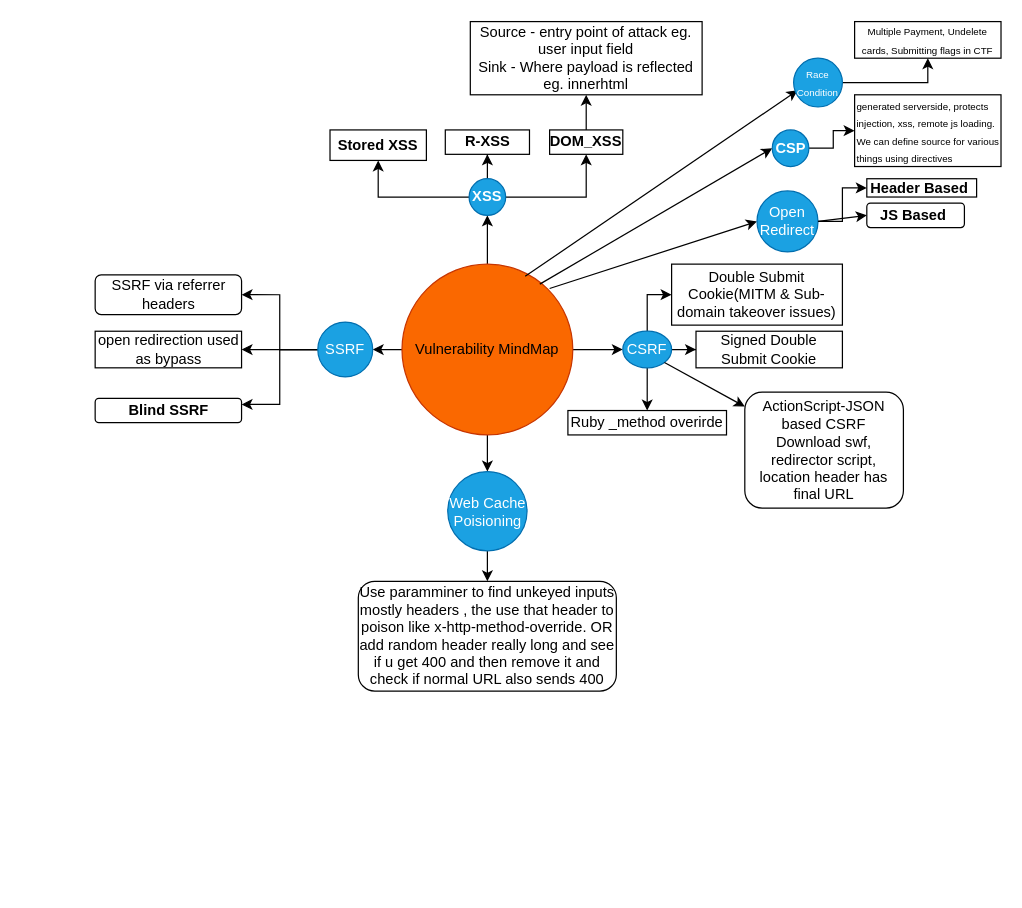
Earlier version of the draw.io diagram vulns.drawio (mkpmanish/bounty). Source tidied: cells renumbered, new cells numbered last; positions are measured from the earlier drawing's top-left corner, leaving out a move shared by most shapes. Both pictures are drawn from the tidied source at 122%, with x=0, y=0 at pixel (95, 21).
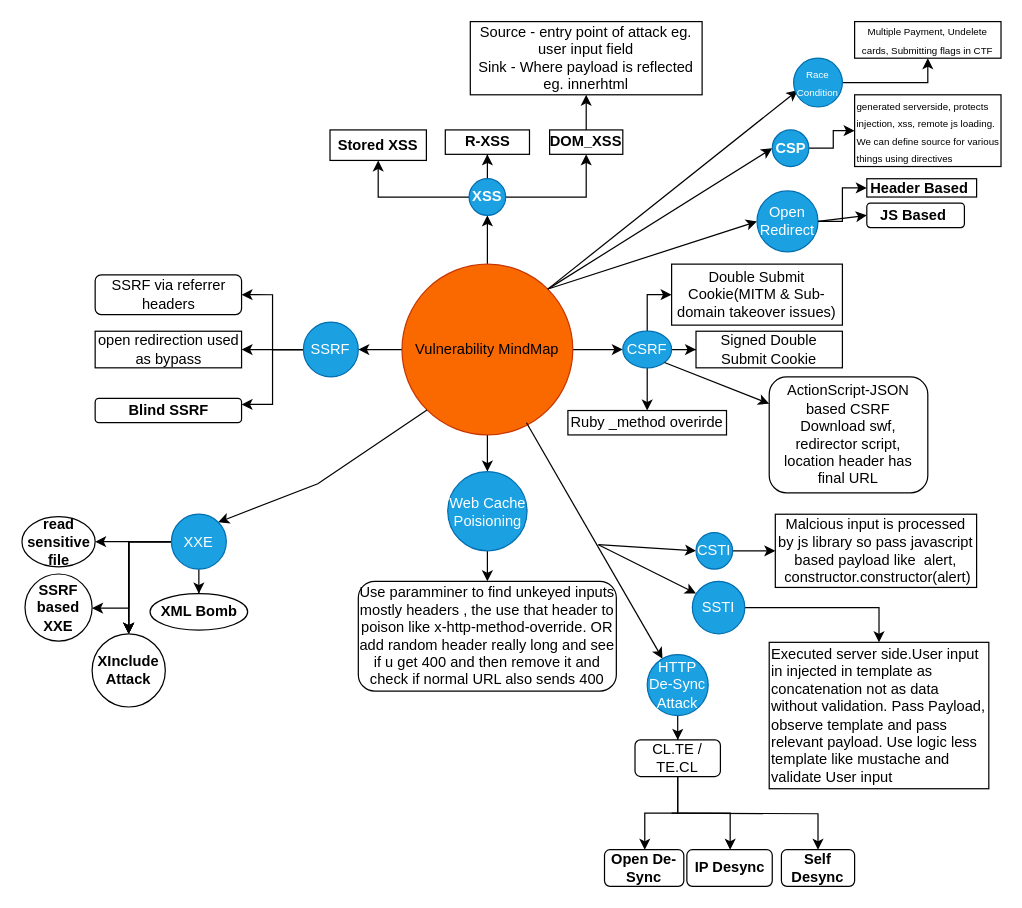
After the change.

Unchanged cells that the change refers to:
```xml
<mxCell id="6" value="Vulnerability MindMap" style="ellipse;whiteSpace=wrap;html=1;fillColor=#fa6800;fontColor=#000000;strokeColor=#C73500;" parent="1" vertex="1">
  <mxGeometry x="251" y="199" width="140" height="140" as="geometry" />
</mxCell>
<mxCell id="33" value="&lt;b&gt;CSP&lt;/b&gt;" style="ellipse;whiteSpace=wrap;html=1;fillColor=#1ba1e2;fontColor=#ffffff;strokeColor=#006EAF;" parent="1" vertex="1">
  <mxGeometry x="554.5" y="89" width="30" height="30" as="geometry" />
</mxCell>
<mxCell id="37" value="&lt;font style=&quot;font-size: 8px;&quot;&gt;Race Condition&lt;/font&gt;" style="ellipse;whiteSpace=wrap;html=1;fillColor=#1ba1e2;fontColor=#ffffff;strokeColor=#006EAF;" parent="1" vertex="1">
  <mxGeometry x="572" y="30.2" width="40" height="40" as="geometry" />
</mxCell>
```

The edit, as a diff of the source:
```diff
@@
     <mxCell id="24" value="ActionScript-JSON based CSRF&lt;div&gt;Download swf, redirector script, location header has final URL&lt;/div&gt;" style="rounded=1;whiteSpace=wrap;html=1;" parent="1" vertex="1">
-      <mxGeometry x="532" y="304" width="130" height="95" as="geometry" />
+      <mxGeometry x="552" y="291.5" width="130" height="95" as="geometry" />
     </mxCell>
@@
-    <mxCell id="31" style="endArrow=classic;html=1;rounded=0;exitX=0.807;exitY=0.117;exitDx=0;exitDy=0;exitPerimeter=0;entryX=0;entryY=0.5;entryDx=0;entryDy=0;" parent="1" edge="1" source="6" target="33">
+    <mxCell id="31" style="endArrow=classic;html=1;rounded=0;exitX=1;exitY=0;exitDx=0;exitDy=0;entryX=0;entryY=0.5;entryDx=0;entryDy=0;" parent="1" edge="1" source="6" target="33">
       <mxGeometry relative="1" as="geometry" />
     </mxCell>
@@
-    <mxCell id="35" style="endArrow=classic;html=1;rounded=0;entryX=0.083;entryY=0.658;entryDx=0;entryDy=0;entryPerimeter=0;" parent="1" edge="1" target="37">
-      <mxGeometry relative="1" as="geometry">
-        <mxPoint x="352" y="209" as="sourcePoint" />
-      </mxGeometry>
+    <mxCell id="35" style="endArrow=classic;html=1;rounded=0;entryX=0.083;entryY=0.658;entryDx=0;entryDy=0;entryPerimeter=0;exitX=1;exitY=0;exitDx=0;exitDy=0;" parent="1" edge="1" source="6" target="37">
+      <mxGeometry relative="1" as="geometry" />
     </mxCell>
@@
     <mxCell id="42" value="SSRF" style="ellipse;whiteSpace=wrap;html=1;fillColor=#1ba1e2;fontColor=#ffffff;strokeColor=#006EAF;" parent="1" vertex="1">
-      <mxGeometry x="182" y="246.5" width="45" height="45" as="geometry" />
+      <mxGeometry x="170.2" y="246.5" width="45" height="45" as="geometry" />
     </mxCell>
@@
+    <mxCell id="49" style="endArrow=classic;html=1;rounded=0;exitX=0.729;exitY=0.929;exitDx=0;exitDy=0;exitPerimeter=0;" parent="1" edge="1" source="6" target="51">
+      <mxGeometry relative="1" as="geometry" />
+    </mxCell>
+    <mxCell id="50" style="edgeStyle=orthogonalEdgeStyle;rounded=0;jettySize=auto;html=1;" parent="1" edge="1" source="51" target="55">
+      <mxGeometry relative="1" as="geometry" />
+    </mxCell>
+    <mxCell id="51" value="HTTP De-Sync Attack" style="ellipse;whiteSpace=wrap;html=1;fillColor=#1ba1e2;fontColor=#ffffff;strokeColor=#006EAF;" parent="1" vertex="1">
+      <mxGeometry x="452" y="519" width="50" height="50" as="geometry" />
+    </mxCell>
+    <mxCell id="52" style="edgeStyle=orthogonalEdgeStyle;rounded=0;jettySize=auto;html=1;" parent="1" edge="1" source="55" target="56">
+      <mxGeometry relative="1" as="geometry">
+        <Array as="points">
+          <mxPoint x="477" y="649" />
+          <mxPoint x="450" y="649" />
+        </Array>
+      </mxGeometry>
+    </mxCell>
+    <mxCell id="53" style="edgeStyle=orthogonalEdgeStyle;rounded=0;jettySize=auto;html=1;" parent="1" edge="1" source="55" target="57">
+      <mxGeometry relative="1" as="geometry">
+        <Array as="points">
+          <mxPoint x="477" y="649" />
+          <mxPoint x="520" y="649" />
+        </Array>
+      </mxGeometry>
+    </mxCell>
+    <mxCell id="54" style="edgeStyle=orthogonalEdgeStyle;rounded=0;jettySize=auto;html=1;" parent="1" edge="1" target="58">
+      <mxGeometry relative="1" as="geometry">
+        <mxPoint x="472" y="649" as="sourcePoint" />
+      </mxGeometry>
+    </mxCell>
+    <mxCell id="55" value="CL.TE / TE.CL" style="rounded=1;whiteSpace=wrap;html=1;" parent="1" vertex="1">
+      <mxGeometry x="442" y="589" width="70" height="30" as="geometry" />
+    </mxCell>
+    <mxCell id="56" value="&lt;b&gt;Open De-Sync&lt;/b&gt;" style="whiteSpace=wrap;html=1;rounded=1;" parent="1" vertex="1">
+      <mxGeometry x="417" y="679" width="65" height="30" as="geometry" />
+    </mxCell>
+    <mxCell id="57" value="&lt;b&gt;IP Desync&lt;/b&gt;" style="rounded=1;whiteSpace=wrap;html=1;" parent="1" vertex="1">
+      <mxGeometry x="484.5" y="679" width="70" height="30" as="geometry" />
+    </mxCell>
+    <mxCell id="58" value="&lt;b&gt;Self Desync&lt;/b&gt;" style="whiteSpace=wrap;html=1;rounded=1;" parent="1" vertex="1">
+      <mxGeometry x="562" y="679" width="60" height="30" as="geometry" />
+    </mxCell>
+    <mxCell id="59" style="endArrow=classic;html=1;rounded=0;entryX=0.07;entryY=0.233;entryDx=0;entryDy=0;entryPerimeter=0;" parent="1" edge="1" target="61">
+      <mxGeometry relative="1" as="geometry">
+        <mxPoint x="412" y="429" as="sourcePoint" />
+      </mxGeometry>
+    </mxCell>
+    <mxCell id="60" style="edgeStyle=orthogonalEdgeStyle;rounded=0;jettySize=auto;html=1;exitX=1;exitY=0.5;exitDx=0;exitDy=0;" parent="1" edge="1" source="61" target="62">
+      <mxGeometry relative="1" as="geometry" />
+    </mxCell>
+    <mxCell id="61" value="SSTI" style="ellipse;whiteSpace=wrap;html=1;fillColor=#1ba1e2;fontColor=#ffffff;strokeColor=#006EAF;" parent="1" vertex="1">
+      <mxGeometry x="489" y="459" width="43" height="43" as="geometry" />
+    </mxCell>
+    <mxCell id="62" value="Executed server side.User input in injected in template as concatenation not as data without validation. Pass Payload, observe template and pass relevant payload. Use logic less template like mustache and validate User input" style="whiteSpace=wrap;html=1;align=left;" parent="1" vertex="1">
+      <mxGeometry x="552" y="509" width="180" height="120" as="geometry" />
+    </mxCell>
+    <mxCell id="63" style="endArrow=classic;html=1;rounded=0;entryX=0;entryY=0.5;entryDx=0;entryDy=0;" parent="1" edge="1" target="65">
+      <mxGeometry relative="1" as="geometry">
+        <mxPoint x="412" y="429" as="sourcePoint" />
+      </mxGeometry>
+    </mxCell>
+    <mxCell id="64" style="edgeStyle=orthogonalEdgeStyle;rounded=0;jettySize=auto;html=1;" parent="1" edge="1" source="65" target="66">
+      <mxGeometry relative="1" as="geometry" />
+    </mxCell>
+    <mxCell id="65" value="CSTI" style="ellipse;whiteSpace=wrap;html=1;fillColor=#1ba1e2;fontColor=#ffffff;strokeColor=#006EAF;" parent="1" vertex="1">
+      <mxGeometry x="492" y="419" width="30" height="30" as="geometry" />
+    </mxCell>
+    <mxCell id="66" value="Malcious input is processed by js library so pass javascript based payload like &amp;nbsp;alert, &amp;nbsp;constructor.constructor(alert)" style="whiteSpace=wrap;html=1;" parent="1" vertex="1">
+      <mxGeometry x="557" y="404" width="165" height="60" as="geometry" />
+    </mxCell>
+    <mxCell id="67" style="endArrow=classic;html=1;rounded=0;exitX=0;exitY=1;exitDx=0;exitDy=0;entryX=1;entryY=0;entryDx=0;entryDy=0;" parent="1" edge="1" source="6" target="75">
+      <mxGeometry relative="1" as="geometry">
+        <Array as="points">
+          <mxPoint x="182" y="379" />
+        </Array>
+      </mxGeometry>
+    </mxCell>
+    <mxCell id="68" style="edgeStyle=orthogonalEdgeStyle;rounded=0;jettySize=auto;html=1;" parent="1" edge="1" source="75" target="76">
+      <mxGeometry relative="1" as="geometry" />
+    </mxCell>
+    <mxCell id="69" style="edgeStyle=orthogonalEdgeStyle;rounded=0;jettySize=auto;html=1;" parent="1" edge="1" source="75" target="77">
+      <mxGeometry relative="1" as="geometry">
+        <Array as="points">
+          <mxPoint x="27" y="427" />
+          <mxPoint x="27" y="481" />
+        </Array>
+      </mxGeometry>
+    </mxCell>
+    <mxCell id="70" style="edgeStyle=orthogonalEdgeStyle;rounded=0;jettySize=auto;html=1;entryX=0.5;entryY=0;entryDx=0;entryDy=0;" parent="1" edge="1" source="75" target="78">
+      <mxGeometry relative="1" as="geometry" />
+    </mxCell>
+    <mxCell id="71" style="edgeStyle=orthogonalEdgeStyle;rounded=0;jettySize=auto;html=1;" parent="1" edge="1" source="75" target="78">
+      <mxGeometry relative="1" as="geometry" />
+    </mxCell>
+    <mxCell id="72" style="edgeStyle=orthogonalEdgeStyle;rounded=0;jettySize=auto;html=1;" parent="1" edge="1" source="75" target="78">
+      <mxGeometry relative="1" as="geometry" />
+    </mxCell>
+    <mxCell id="73" style="edgeStyle=orthogonalEdgeStyle;rounded=0;jettySize=auto;html=1;" parent="1" edge="1" source="75" target="78">
+      <mxGeometry relative="1" as="geometry" />
+    </mxCell>
+    <mxCell id="74" style="edgeStyle=orthogonalEdgeStyle;rounded=0;jettySize=auto;html=1;" parent="1" edge="1" source="75" target="79">
+      <mxGeometry relative="1" as="geometry" />
+    </mxCell>
+    <mxCell id="75" value="XXE" style="ellipse;whiteSpace=wrap;html=1;fillColor=#1ba1e2;fontColor=#ffffff;strokeColor=#006EAF;" parent="1" vertex="1">
+      <mxGeometry x="62" y="404" width="45" height="45" as="geometry" />
+    </mxCell>
+    <mxCell id="76" value="&lt;b&gt;read sensitive file&lt;/b&gt;" style="ellipse;whiteSpace=wrap;html=1;" parent="1" vertex="1">
+      <mxGeometry x="-60.5" y="405.9" width="60" height="41.2" as="geometry" />
+    </mxCell>
+    <mxCell id="77" value="&lt;b&gt;SSRF based XXE&lt;/b&gt;" style="ellipse;whiteSpace=wrap;html=1;" parent="1" vertex="1">
+      <mxGeometry x="-58" y="453" width="55" height="55" as="geometry" />
+    </mxCell>
+    <mxCell id="78" value="&lt;b&gt;XInclude Attack&lt;/b&gt;" style="ellipse;whiteSpace=wrap;html=1;" parent="1" vertex="1">
+      <mxGeometry x="-3" y="502" width="60" height="60" as="geometry" />
+    </mxCell>
+    <mxCell id="79" value="&lt;b&gt;XML Bomb&lt;/b&gt;" style="ellipse;whiteSpace=wrap;html=1;" parent="1" vertex="1">
+      <mxGeometry x="44.5" y="469" width="80" height="30" as="geometry" />
+    </mxCell>
```
